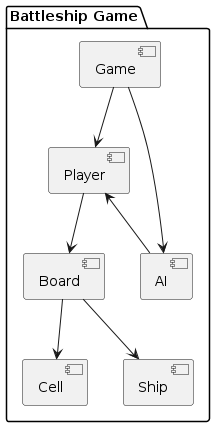
Above: Final_Project/uml/Development_View.png in joywalgren/FinalProject_OOP (PlantUML), before the change.
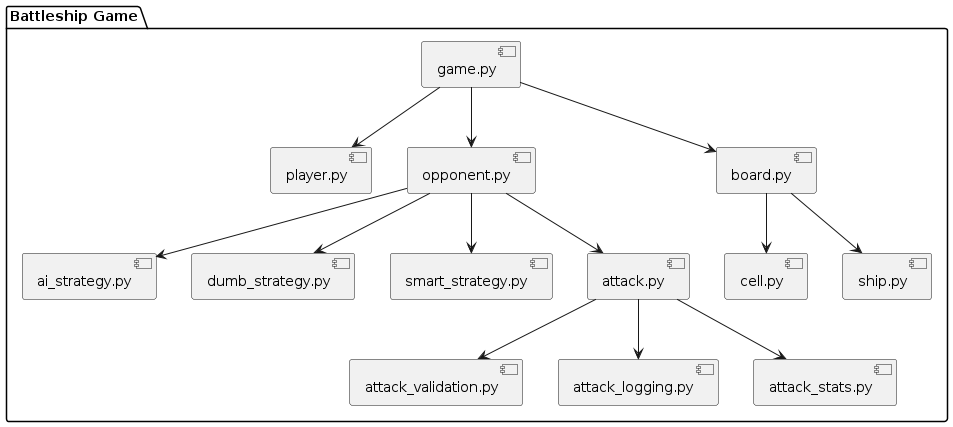
Above is the later version.

What changed in the source:
```diff
@@ -1,10 +1,16 @@
 @startuml Development_View
 package "Battleship Game" {
-    [Game] --> [Player]
-    [Game] --> [AI]
-    [Player] --> [Board]
-    [Player] <-- [AI]
-    [Board] --> [Cell]
-    [Board] --> [Ship]
+    [game.py] --> [player.py]
+    [game.py] --> [opponent.py]
+    [game.py] --> [board.py]
+    [board.py] --> [cell.py]
+    [board.py] --> [ship.py]
+    [opponent.py] --> [ai_strategy.py]
+    [opponent.py] --> [dumb_strategy.py]
+    [opponent.py] --> [smart_strategy.py]
+    [opponent.py] --> [attack.py]
+    [attack.py] --> [attack_validation.py]
+    [attack.py] --> [attack_logging.py]
+    [attack.py] --> [attack_stats.py]
 }
 @enduml
```
